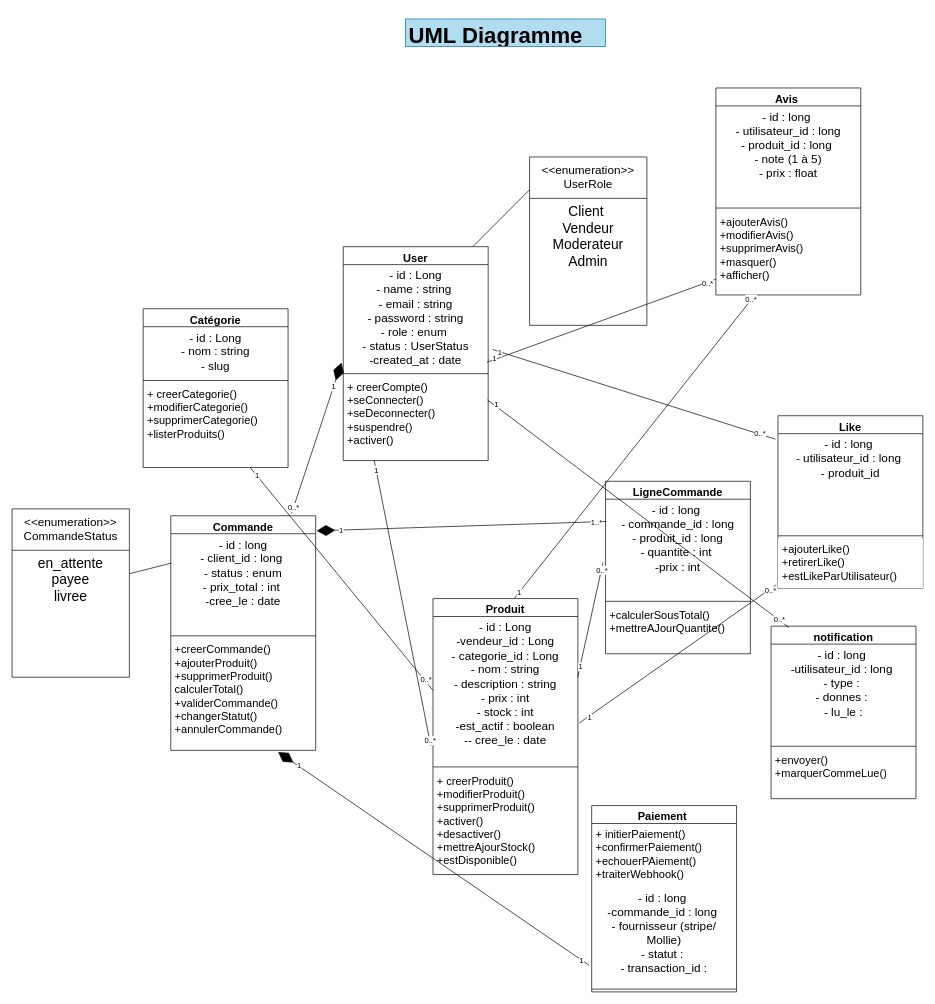
Earlier version of the draw.io diagram public/assets/DiagramUML.drawio (10LOKI/LocalMart). Source tidied: cells renumbered, new cells numbered last; positions are measured from the earlier drawing's top-left corner, leaving out a move shared by most shapes. Both pictures are drawn from the tidied source at 69%, with x=0, y=0 at pixel (12, 19).
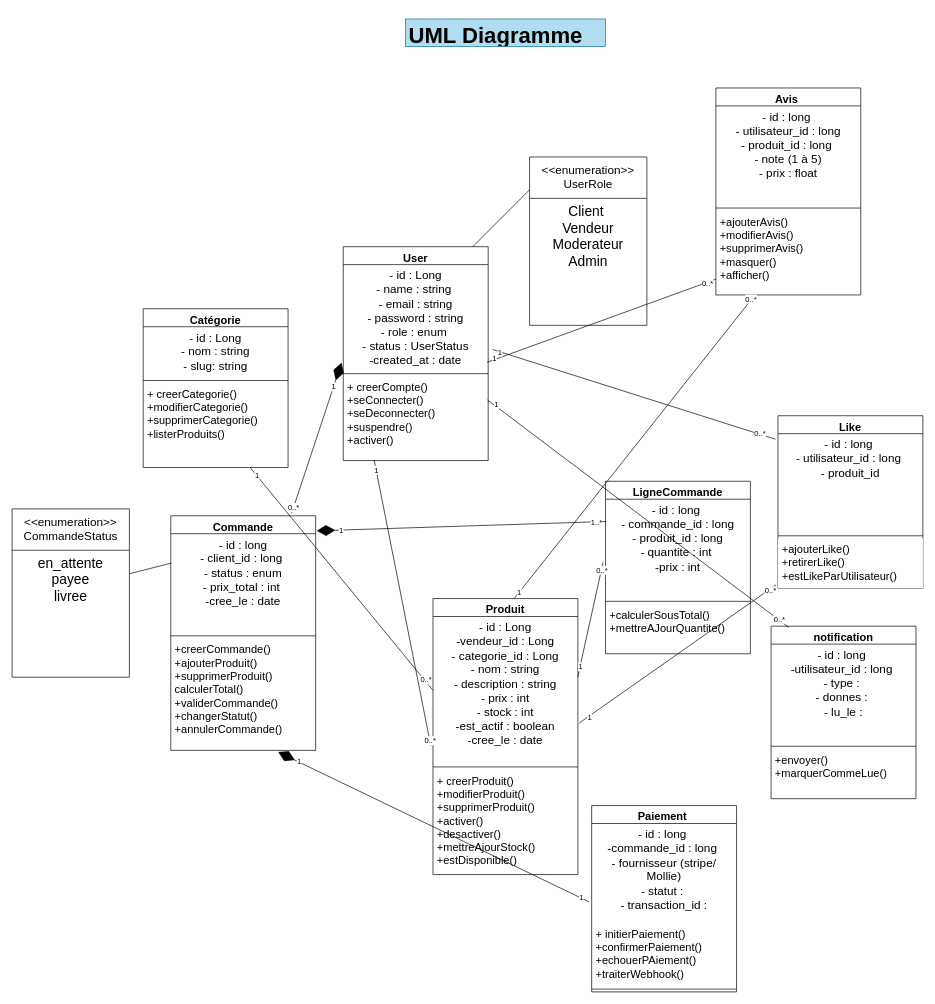
The same page after the edit.

The change refers to these unchanged cells:
```xml
<mxCell id="8" value="&lt;font style=&quot;font-size: 16px;&quot;&gt;Produit&lt;/font&gt;" style="swimlane;fontStyle=1;align=center;verticalAlign=top;horizontal=1;startSize=26;whiteSpace=wrap;html=1;" parent="1" vertex="1">
  <mxGeometry x="610" y="840" width="210" height="400" as="geometry" />
</mxCell>
<mxCell id="12" value="&lt;font style=&quot;font-size: 16px;&quot;&gt;Catégorie&lt;/font&gt;" style="swimlane;fontStyle=1;align=center;verticalAlign=top;horizontal=1;startSize=26;whiteSpace=wrap;html=1;" parent="1" vertex="1">
  <mxGeometry x="190" y="420" width="210" height="230" as="geometry" />
</mxCell>
<mxCell id="36" value="&lt;font style=&quot;font-size: 16px;&quot;&gt;Paiement&amp;nbsp;&lt;/font&gt;" style="swimlane;fontStyle=1;align=center;verticalAlign=top;horizontal=1;startSize=26;whiteSpace=wrap;html=1;" parent="1" vertex="1">
  <mxGeometry x="840" y="1140" width="210" height="270" as="geometry" />
</mxCell>
```

Change to the diagram source:
```diff
@@
-    <mxCell id="9" value="&lt;font style=&quot;font-size: 17px;&quot;&gt;- id : Long&lt;br&gt;-vendeur_id : Long&lt;br&gt;- categorie_id : Long&lt;br&gt;- nom : string&lt;br&gt;- description : string&lt;br&gt;- prix : int&lt;br&gt;- stock : int&lt;br&gt;-est_actif : boolean&lt;br&gt;-- cree_le : date&lt;br&gt;&lt;br&gt;&lt;/font&gt;" style="text;strokeColor=none;fillColor=none;align=center;verticalAlign=top;spacingLeft=4;spacingRight=4;overflow=hidden;points=[[0,0.5],[1,0.5]];portConstraint=eastwest;whiteSpace=wrap;html=1;" parent="8" vertex="1">
+    <mxCell id="9" value="&lt;font style=&quot;font-size: 17px;&quot;&gt;- id : Long&lt;br&gt;-vendeur_id : Long&lt;br&gt;- categorie_id : Long&lt;br&gt;- nom : string&lt;br&gt;- description : string&lt;br&gt;- prix : int&lt;br&gt;- stock : int&lt;br&gt;-est_actif : boolean&lt;br&gt;-cree_le : date&lt;br&gt;&lt;br&gt;&lt;/font&gt;" style="text;strokeColor=none;fillColor=none;align=center;verticalAlign=top;spacingLeft=4;spacingRight=4;overflow=hidden;points=[[0,0.5],[1,0.5]];portConstraint=eastwest;whiteSpace=wrap;html=1;" parent="8" vertex="1">
       <mxGeometry y="26" width="210" height="214" as="geometry" />
     </mxCell>
@@
-    <mxCell id="13" value="&lt;font style=&quot;font-size: 17px;&quot;&gt;- id : Long&lt;br&gt;- nom : string&lt;br&gt;- slug&lt;br&gt;&lt;/font&gt;" style="text;strokeColor=none;fillColor=none;align=center;verticalAlign=top;spacingLeft=4;spacingRight=4;overflow=hidden;whiteSpace=wrap;html=1;" parent="12" vertex="1">
+    <mxCell id="13" value="&lt;font style=&quot;font-size: 17px;&quot;&gt;- id : Long&lt;br&gt;- nom : string&lt;br&gt;- slug: string&lt;br&gt;&lt;/font&gt;" style="text;strokeColor=none;fillColor=none;align=center;verticalAlign=top;spacingLeft=4;spacingRight=4;overflow=hidden;whiteSpace=wrap;html=1;" parent="12" vertex="1">
       <mxGeometry y="26" width="210" height="74" as="geometry" />
     </mxCell>
@@
+    <mxCell id="38" value="&lt;font style=&quot;font-size: 17px;&quot;&gt;- id : long&amp;nbsp;&lt;br&gt;-commande_id : long&amp;nbsp;&lt;br&gt;- fournisseur (stripe/ Mollie)&lt;br&gt;- statut :&amp;nbsp;&lt;br&gt;- transaction_id :&lt;br&gt;&lt;/font&gt;" style="text;strokeColor=none;fillColor=none;align=center;verticalAlign=top;spacingLeft=4;spacingRight=4;overflow=hidden;points=[[0,0.5],[1,0.5]];portConstraint=eastwest;whiteSpace=wrap;html=1;" parent="36" vertex="1">
+      <mxGeometry y="26" width="210" height="144" as="geometry" />
+    </mxCell>
     <mxCell id="37" value="&lt;font style=&quot;font-size: 16px;&quot;&gt;+ initierPaiement()&lt;br&gt;+confirmerPaiement()&lt;br&gt;+echouerPAiement()&lt;br&gt;+traiterWebhook()&lt;br&gt;&lt;/font&gt;" style="text;strokeColor=none;fillColor=none;align=left;verticalAlign=top;spacingLeft=4;spacingRight=4;overflow=hidden;whiteSpace=wrap;html=1;" parent="36" vertex="1">
-      <mxGeometry y="26" width="210" height="92" as="geometry" />
+      <mxGeometry y="170" width="210" height="92" as="geometry" />
     </mxCell>
-    <mxCell id="38" value="&lt;font style=&quot;font-size: 17px;&quot;&gt;- id : long&amp;nbsp;&lt;br&gt;-commande_id : long&amp;nbsp;&lt;br&gt;- fournisseur (stripe/ Mollie)&lt;br&gt;- statut :&amp;nbsp;&lt;br&gt;- transaction_id :&lt;br&gt;&lt;/font&gt;" style="text;strokeColor=none;fillColor=none;align=center;verticalAlign=top;spacingLeft=4;spacingRight=4;overflow=hidden;points=[[0,0.5],[1,0.5]];portConstraint=eastwest;whiteSpace=wrap;html=1;" parent="36" vertex="1">
-      <mxGeometry y="118" width="210" height="144" as="geometry" />
-    </mxCell>
```
